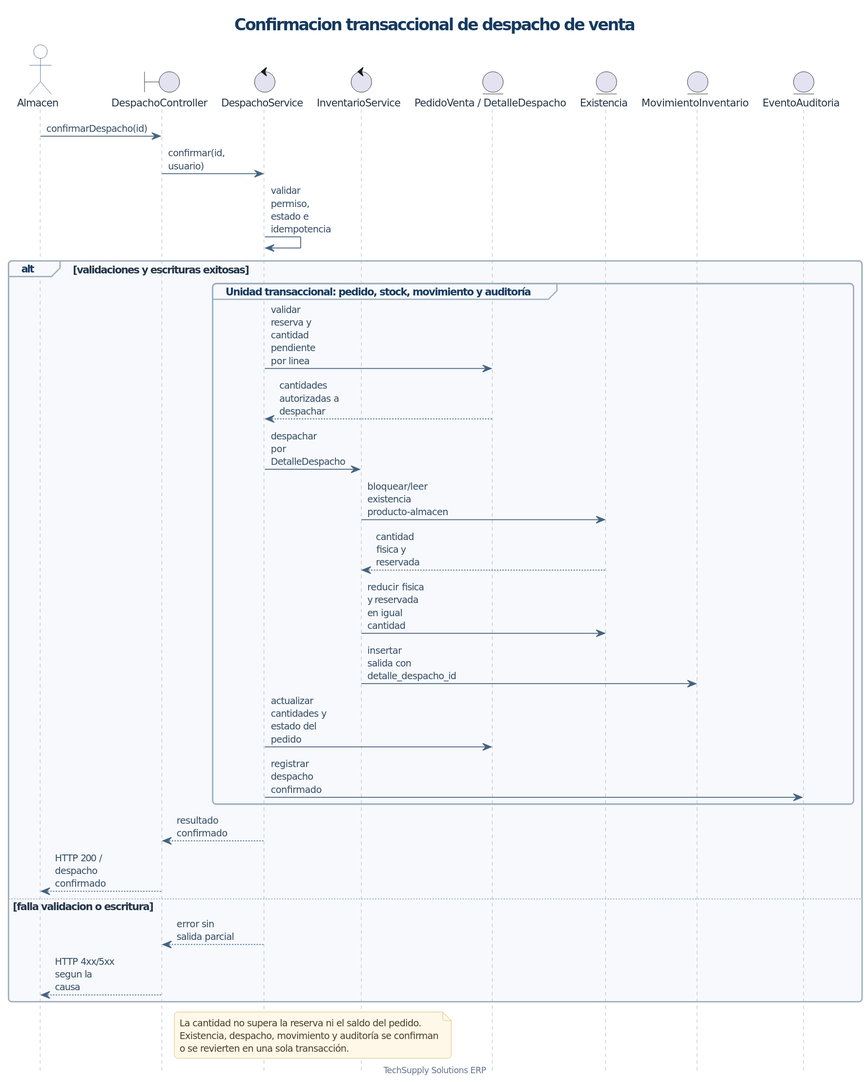
The PlantUML diagram docs/diagramas-renderizados/arquitectura/TSS_Secuencia_Despacho.svg in PabloDV101/techsuply-erp, before a commit.
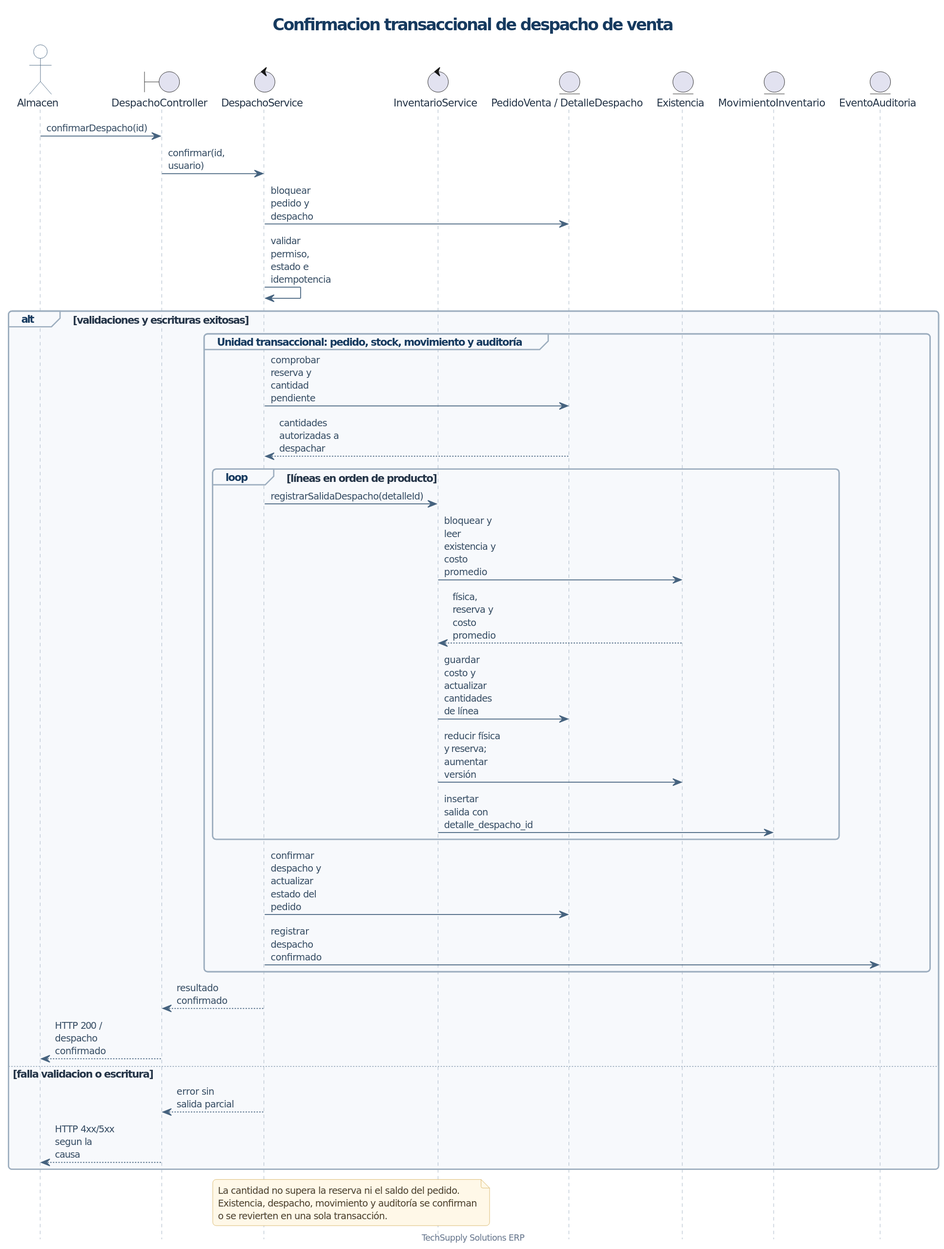
The same file after the commit.

Change to the diagram source:
```diff
@@ -14,17 +14,21 @@
 
  User -> API : confirmarDespacho(id)
  API -> Service : confirmar(id, usuario)
+ Service -> Documents : bloquear pedido y despacho
  Service -> Service : validar permiso, estado e idempotencia
  alt validaciones y escrituras exitosas
   group Unidad transaccional: pedido, stock, movimiento y auditoría
-  Service -> Documents : validar reserva y cantidad pendiente por linea
+  Service -> Documents : comprobar reserva y cantidad pendiente
   Documents --> Service : cantidades autorizadas a despachar
-  Service -> Inventory : despachar por DetalleDespacho
-  Inventory -> Stock : bloquear/leer existencia producto-almacen
-  Stock --> Inventory : cantidad fisica y reservada
-  Inventory -> Stock : reducir fisica y reservada en igual cantidad
-  Inventory -> Movement : insertar salida con detalle_despacho_id
-  Service -> Documents : actualizar cantidades y estado del pedido
+  loop líneas en orden de producto
+   Service -> Inventory : registrarSalidaDespacho(detalleId)
+   Inventory -> Stock : bloquear y leer existencia y costo promedio
+   Stock --> Inventory : física, reserva y costo promedio
+   Inventory -> Documents : guardar costo y actualizar cantidades de línea
+   Inventory -> Stock : reducir física y reserva; aumentar versión
+   Inventory -> Movement : insertar salida con detalle_despacho_id
+  end
+  Service -> Documents : confirmar despacho y actualizar estado del pedido
   Service -> Audit : registrar despacho confirmado
   end
   Service --> API : resultado confirmado
```
